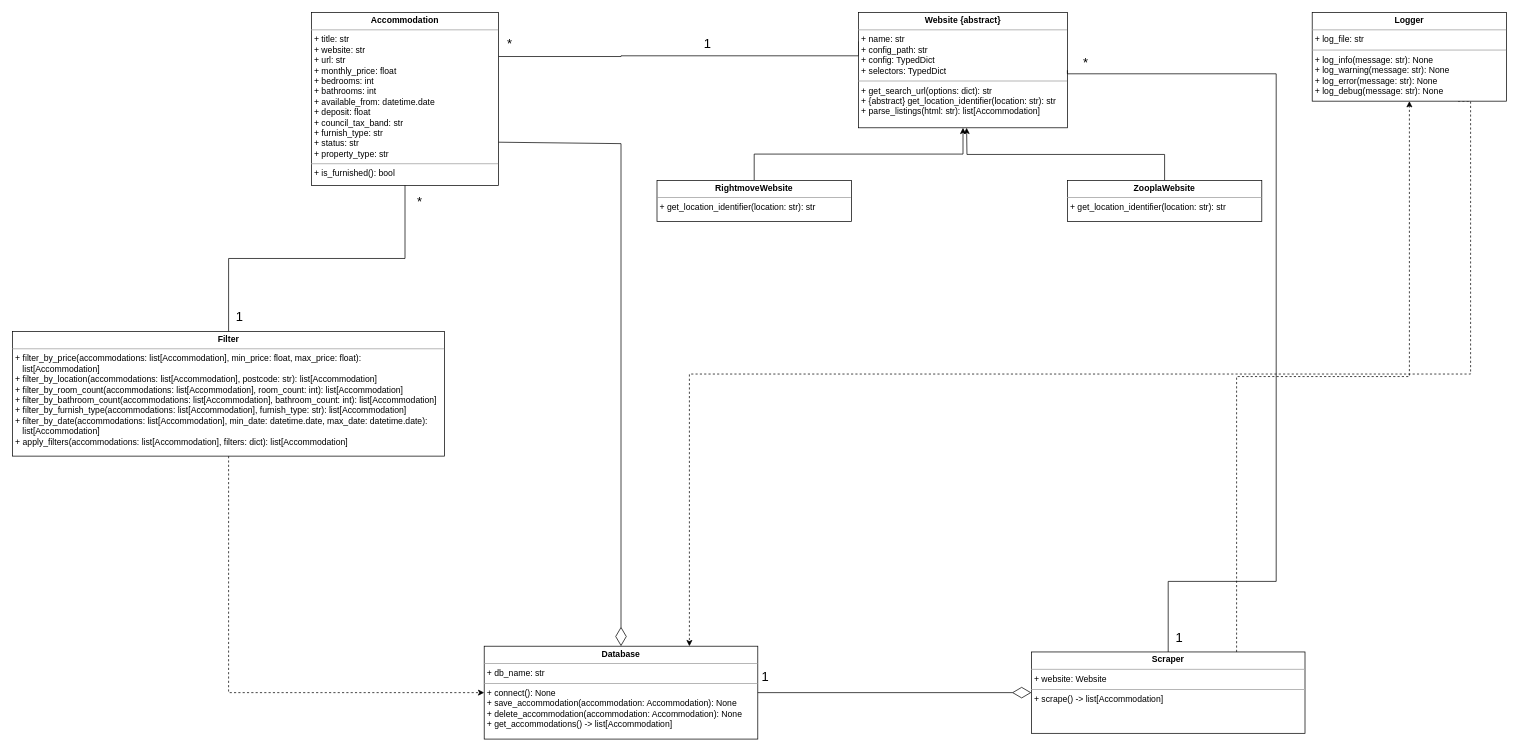
Before: UML Diagram.drawio in Adam-Calleja/rightmove_web_scraper, a draw.io diagram. Source tidied: cells renumbered, new cells numbered last; positions are measured from the earlier drawing's top-left corner, leaving out a move shared by most shapes. Both pictures are drawn from the tidied source at 72%, with x=0, y=0 at pixel (12, 12).
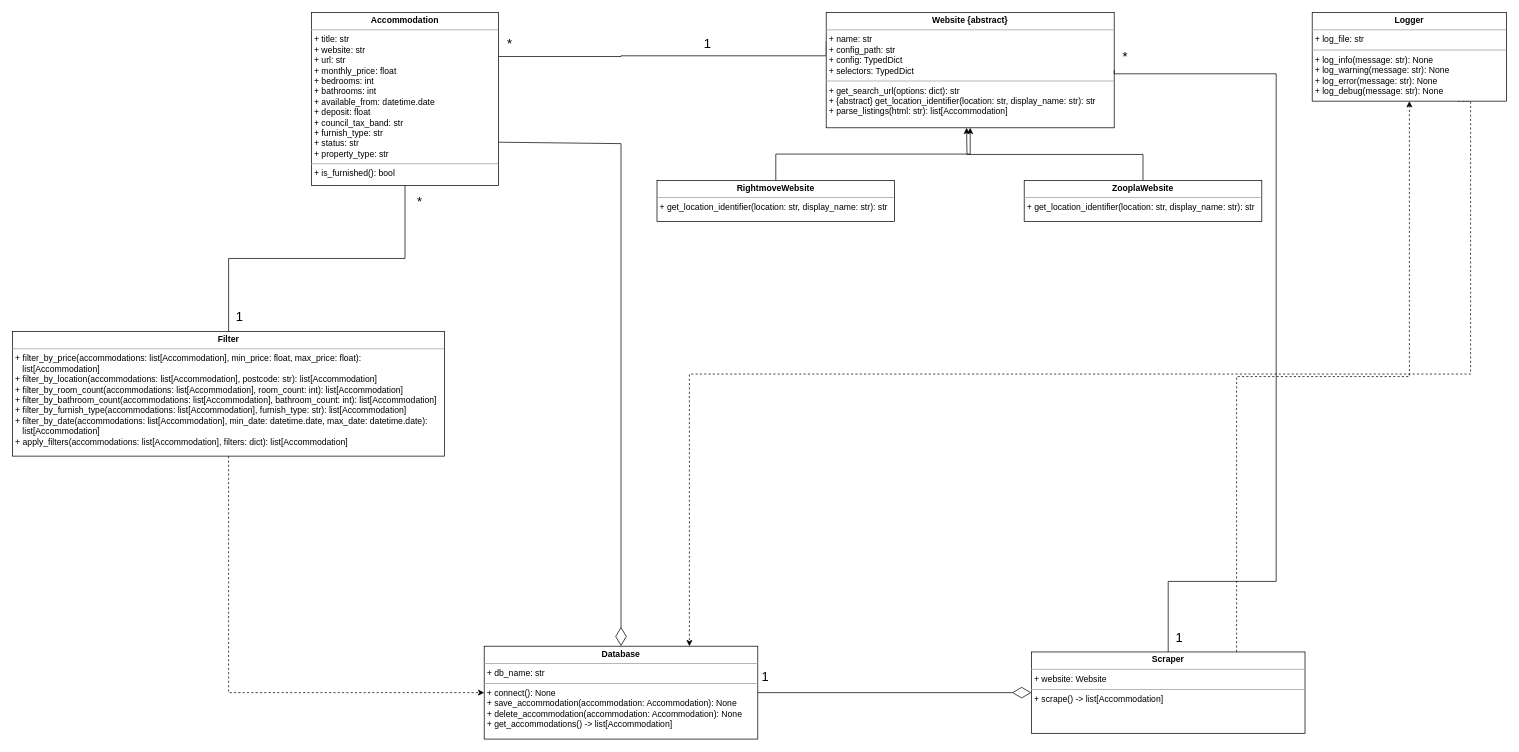
The same page after the edit.

Commit message:
Modify Website class design

Modified the design of the 'get_location_identifier' method of
the Website class (and its subclasses). It should now return both
the location_identifier and the corresponding display name. This
display name can be used for logging and to ensure the correct
location is being searched.

The edit, as a diff of the source:
```diff
@@
-    <mxCell id="4" value="&lt;p style=&quot;margin:0px;margin-top:4px;text-align:center;&quot;&gt;&lt;b&gt;Website {abstract}&lt;/b&gt;&lt;/p&gt;&lt;hr size=&quot;1&quot;&gt;&lt;p style=&quot;margin:0px;margin-left:4px;&quot;&gt;+ name: str&lt;br&gt;+ config_path: str&lt;/p&gt;&lt;p style=&quot;margin:0px;margin-left:4px;&quot;&gt;&lt;span style=&quot;background-color: transparent; color: light-dark(rgb(0, 0, 0), rgb(255, 255, 255));&quot;&gt;+ config: TypedDict&lt;/span&gt;&lt;/p&gt;&lt;p style=&quot;margin:0px;margin-left:4px;&quot;&gt;&lt;span style=&quot;background-color: transparent; color: light-dark(rgb(0, 0, 0), rgb(255, 255, 255));&quot;&gt;+ selectors: TypedDict&lt;/span&gt;&lt;/p&gt;&lt;hr size=&quot;1&quot;&gt;&lt;p style=&quot;margin:0px;margin-left:4px;&quot;&gt;+ get_search_url(options: dict): str&lt;/p&gt;&lt;p style=&quot;margin:0px;margin-left:4px;&quot;&gt;+ {abstract} get_location_identifier(location: str): str&lt;/p&gt;&lt;p style=&quot;margin:0px;margin-left:4px;&quot;&gt;+ parse_listings(html: str): list[Accommodation]&lt;br&gt;&lt;/p&gt;" style="verticalAlign=top;align=left;overflow=fill;fontSize=12;fontFamily=Helvetica;html=1;rounded=0;shadow=0;comic=0;labelBackgroundColor=none;strokeWidth=1;" parent="1" vertex="1">
-      <mxGeometry x="1175" width="290" height="160" as="geometry" />
+    <mxCell id="4" value="&lt;p style=&quot;margin:0px;margin-top:4px;text-align:center;&quot;&gt;&lt;b&gt;Website {abstract}&lt;/b&gt;&lt;/p&gt;&lt;hr size=&quot;1&quot;&gt;&lt;p style=&quot;margin:0px;margin-left:4px;&quot;&gt;+ name: str&lt;br&gt;+ config_path: str&lt;/p&gt;&lt;p style=&quot;margin:0px;margin-left:4px;&quot;&gt;&lt;span style=&quot;background-color: transparent; color: light-dark(rgb(0, 0, 0), rgb(255, 255, 255));&quot;&gt;+ config: TypedDict&lt;/span&gt;&lt;/p&gt;&lt;p style=&quot;margin:0px;margin-left:4px;&quot;&gt;&lt;span style=&quot;background-color: transparent; color: light-dark(rgb(0, 0, 0), rgb(255, 255, 255));&quot;&gt;+ selectors: TypedDict&lt;/span&gt;&lt;/p&gt;&lt;hr size=&quot;1&quot;&gt;&lt;p style=&quot;margin:0px;margin-left:4px;&quot;&gt;+ get_search_url(options: dict): str&lt;/p&gt;&lt;p style=&quot;margin:0px;margin-left:4px;&quot;&gt;+ {abstract} get_location_identifier(location: str, display_name: str): str&lt;/p&gt;&lt;p style=&quot;margin:0px;margin-left:4px;&quot;&gt;+ parse_listings(html: str): list[Accommodation]&lt;br&gt;&lt;/p&gt;" style="verticalAlign=top;align=left;overflow=fill;fontSize=12;fontFamily=Helvetica;html=1;rounded=0;shadow=0;comic=0;labelBackgroundColor=none;strokeWidth=1;" parent="1" vertex="1">
+      <mxGeometry x="1130" width="400" height="160" as="geometry" />
     </mxCell>
@@
     <mxCell id="17" value="&lt;font style=&quot;font-size: 18px;&quot;&gt;*&lt;/font&gt;" style="text;html=1;align=center;verticalAlign=middle;strokeColor=none;fillColor=none;" parent="1" vertex="1">
-      <mxGeometry x="1475" y="50" width="30" height="40" as="geometry" />
+      <mxGeometry x="1530" y="41.5" width="30" height="40" as="geometry" />
     </mxCell>
@@
-    <mxCell id="24" value="&lt;p style=&quot;margin:0px;margin-top:4px;text-align:center;&quot;&gt;&lt;b&gt;RightmoveWebsite&lt;/b&gt;&lt;/p&gt;&lt;hr size=&quot;1&quot;&gt;&lt;p style=&quot;margin:0px;margin-left:4px;&quot;&gt;&lt;span style=&quot;background-color: transparent; color: light-dark(rgb(0, 0, 0), rgb(255, 255, 255));&quot;&gt;+ get_location_identifier(location: str): str&lt;/span&gt;&lt;/p&gt;&lt;p style=&quot;margin:0px;margin-left:4px;&quot;&gt;&lt;br&gt;&lt;/p&gt;" style="verticalAlign=top;align=left;overflow=fill;fontSize=12;fontFamily=Helvetica;html=1;rounded=0;shadow=0;comic=0;labelBackgroundColor=none;strokeWidth=1;" parent="1" vertex="1">
-      <mxGeometry x="895" y="233" width="270" height="57" as="geometry" />
+    <mxCell id="24" value="&lt;p style=&quot;margin:0px;margin-top:4px;text-align:center;&quot;&gt;&lt;b&gt;RightmoveWebsite&lt;/b&gt;&lt;/p&gt;&lt;hr size=&quot;1&quot;&gt;&lt;p style=&quot;margin:0px;margin-left:4px;&quot;&gt;&lt;span style=&quot;background-color: transparent; color: light-dark(rgb(0, 0, 0), rgb(255, 255, 255));&quot;&gt;+ get_location_identifier(location: str&lt;/span&gt;&lt;span style=&quot;background-color: transparent; color: light-dark(rgb(0, 0, 0), rgb(255, 255, 255));&quot;&gt;, display_name: str&lt;/span&gt;&lt;span style=&quot;background-color: transparent; color: light-dark(rgb(0, 0, 0), rgb(255, 255, 255));&quot;&gt;): str&lt;/span&gt;&lt;/p&gt;&lt;p style=&quot;margin:0px;margin-left:4px;&quot;&gt;&lt;br&gt;&lt;/p&gt;" style="verticalAlign=top;align=left;overflow=fill;fontSize=12;fontFamily=Helvetica;html=1;rounded=0;shadow=0;comic=0;labelBackgroundColor=none;strokeWidth=1;" parent="1" vertex="1">
+      <mxGeometry x="895" y="233" width="330" height="57" as="geometry" />
     </mxCell>
@@
-    <mxCell id="26" value="&lt;p style=&quot;margin:0px;margin-top:4px;text-align:center;&quot;&gt;&lt;b&gt;ZooplaWebsite&lt;/b&gt;&lt;/p&gt;&lt;hr size=&quot;1&quot;&gt;&lt;p style=&quot;margin:0px;margin-left:4px;&quot;&gt;+ get_location_identifier(location: str): str&lt;/p&gt;" style="verticalAlign=top;align=left;overflow=fill;fontSize=12;fontFamily=Helvetica;html=1;rounded=0;shadow=0;comic=0;labelBackgroundColor=none;strokeWidth=1;" parent="1" vertex="1">
-      <mxGeometry x="1465" y="233" width="270" height="57" as="geometry" />
+    <mxCell id="26" value="&lt;p style=&quot;margin:0px;margin-top:4px;text-align:center;&quot;&gt;&lt;b&gt;ZooplaWebsite&lt;/b&gt;&lt;/p&gt;&lt;hr size=&quot;1&quot;&gt;&lt;p style=&quot;margin:0px;margin-left:4px;&quot;&gt;+ get_location_identifier(location: str&lt;span style=&quot;background-color: transparent; color: light-dark(rgb(0, 0, 0), rgb(255, 255, 255));&quot;&gt;, display_name: str&lt;/span&gt;&lt;span style=&quot;background-color: transparent; color: light-dark(rgb(0, 0, 0), rgb(255, 255, 255));&quot;&gt;): str&lt;/span&gt;&lt;/p&gt;" style="verticalAlign=top;align=left;overflow=fill;fontSize=12;fontFamily=Helvetica;html=1;rounded=0;shadow=0;comic=0;labelBackgroundColor=none;strokeWidth=1;" parent="1" vertex="1">
+      <mxGeometry x="1405" y="233" width="330" height="57" as="geometry" />
     </mxCell>
```
